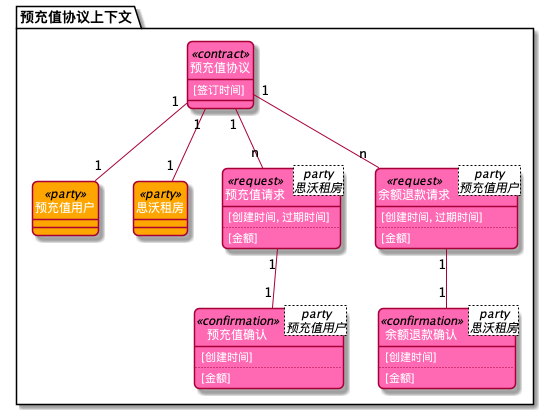
behring/8x-flow-diagram keeps this PlantUML diagram as 8x-flow2.png. Above is the earlier version. Source of this version:
```plantuml
@startuml
skinparam classFontColor White
skinparam classAttributeFontColor White
skinparam classBackgroundColor HotPink
skinparam roundCorner 10
hide circle
            package <color:black>预充值协议上下文</color> {
                class 预充值协议
class 预充值用户
class 思沃租房
class 预充值请求
class 预充值确认
class 余额退款请求
class 余额退款确认

            }

class 预充值协议<<contract>> {
    [签订时间]


}
class 预充值用户 <<party>> #orange
预充值协议 "1"--"1" 预充值用户
class 思沃租房 <<party>> #orange
预充值协议 "1"--"1" 思沃租房
预充值协议 "1"--"n" 预充值请求

class 预充值请求<party\n思沃租房><<request>> {
    [创建时间, 过期时间]
    ..
    [金额]
}
预充值请求 "1"--"1" 预充值确认

class 预充值确认<party\n预充值用户><<confirmation>> {
    [创建时间]
    ..
    [金额]
}
预充值协议 "1"--"n" 余额退款请求

class 余额退款请求<party\n预充值用户><<request>> {
    [创建时间, 过期时间]
    ..
    [金额]
}
余额退款请求 "1"--"1" 余额退款确认

class 余额退款确认<party\n思沃租房><<confirmation>> {
    [创建时间]
    ..
    [金额]
}
@enduml
```
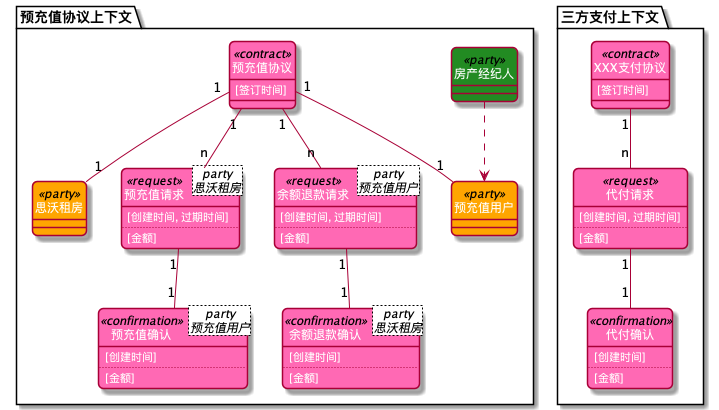
Later version of the same file.

Change to the diagram source:
```diff
@@ -5,7 +5,8 @@
 skinparam roundCorner 10
 hide circle
             package <color:black>预充值协议上下文</color> {
-                class 预充值协议
+                class 房产经纪人
+class 预充值协议
 class 预充值用户
 class 思沃租房
 class 预充值请求
@@ -14,6 +15,7 @@
 class 余额退款确认
 
             }
+class 房产经纪人 <<party>> #ForestGreen
 
 class 预充值协议<<contract>> {
     [签订时间]
@@ -22,6 +24,7 @@
 }
 class 预充值用户 <<party>> #orange
 预充值协议 "1"--"1" 预充值用户
+房产经纪人 ..> 预充值用户
 class 思沃租房 <<party>> #orange
 预充值协议 "1"--"1" 思沃租房
 预充值协议 "1"--"n" 预充值请求
@@ -52,4 +55,30 @@
     ..
     [金额]
 }
+            package <color:black>三方支付上下文</color> {
+                class XXX支付协议
+class 代付请求
+class 代付确认
+
+            }
+
+class XXX支付协议<<contract>> {
+    [签订时间]
+
+
+}
+XXX支付协议 "1"--"n" 代付请求
+
+class 代付请求<<request>> {
+    [创建时间, 过期时间]
+    ..
+    [金额]
+}
+代付请求 "1"--"1" 代付确认
+
+class 代付确认<<confirmation>> {
+    [创建时间]
+    ..
+    [金额]
+}
 @enduml
```
